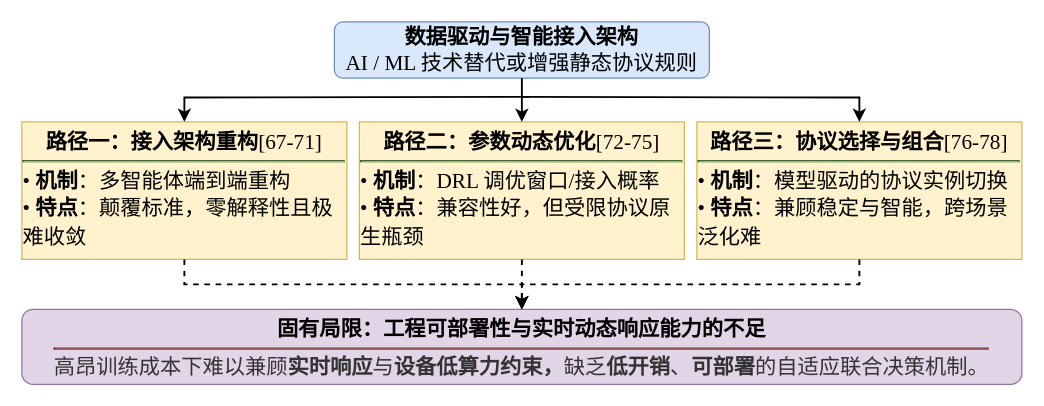
Aworrier/zzzwl-big_paper keeps this draw.io diagram as page "AI驱动接入控制决策研究技术脉络" (7 of 14) of drawio流程框图.drawio. Above is the earlier version. Source tidied: cells renumbered, new cells numbered last; positions are measured from the earlier drawing's top-left corner, leaving out a move shared by most shapes. Both pictures are drawn from the tidied source at 125%, with x=0, y=0 at pixel (21, 21).
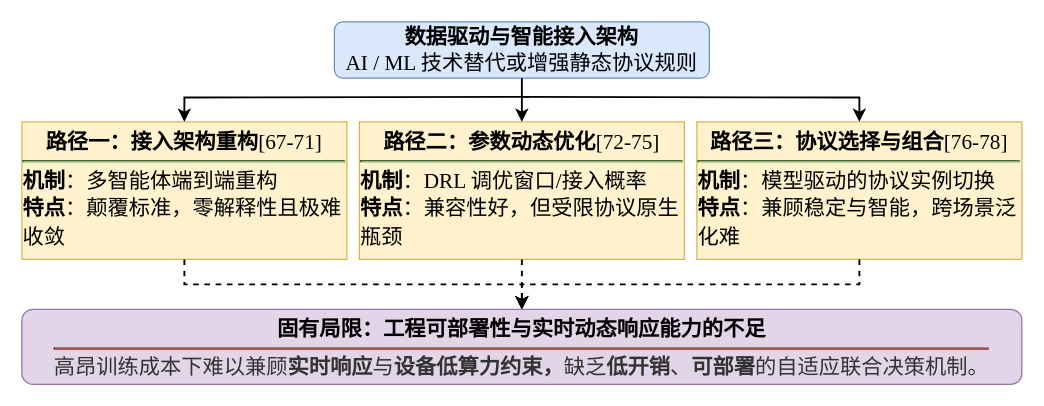
Above is the later version.

The edit, as a diff of the source:
```diff
@@
 <mxGraphModel>
   <root>
     <mxCell id="0" />
     <mxCell id="1" parent="0" />
     <mxCell id="2" style="group;" parent="1" vertex="1">
       <mxGeometry width="800" height="290" as="geometry" />
     </mxCell>
     <mxCell id="3" value="&lt;b&gt;数据驱动与智能接入架构&lt;/b&gt;&lt;br&gt;AI / ML 技术替代或增强静态协议规则" style="rounded=1;whiteSpace=wrap;html=1;align=center;fontFamily=Times New Roman, SimSun;labelBackgroundColor=none;fontSize=17;fillColor=#dae8fc;strokeColor=#6c8ebf;" parent="2" vertex="1">
       <mxGeometry x="250" width="300" height="45" as="geometry" />
     </mxCell>
-    <mxCell id="4" value="&lt;b&gt;路径一：接入架构重构&lt;/b&gt;[67-71]&lt;hr style=&quot;border-color: rgb(130, 179, 102); margin: 4px 0px;&quot;&gt;&lt;div style=&quot;text-align: left; line-height: 1.3;&quot;&gt;•&amp;nbsp;&lt;b&gt;机制&lt;/b&gt;：多智能体端到端重构&lt;br&gt;•&amp;nbsp;&lt;b&gt;特点&lt;/b&gt;：颠覆标准，零解释性且极难收敛&lt;/div&gt;" style="rounded=0;whiteSpace=wrap;html=1;align=center;verticalAlign=top;paddingTop=6;paddingLeft=8;paddingRight=8;fontFamily=Times New Roman, SimSun;labelBackgroundColor=none;fontSize=17;fillColor=#fff2cc;strokeColor=#d6b656;" parent="2" vertex="1">
+    <mxCell id="4" value="&lt;b&gt;路径一：接入架构重构&lt;/b&gt;[67-71]&lt;hr style=&quot;border-color: rgb(130, 179, 102); margin: 4px 0px;&quot;&gt;&lt;div style=&quot;text-align: left; line-height: 1.3;&quot;&gt;&lt;b&gt;机制&lt;/b&gt;：多智能体端到端重构&lt;br&gt;&lt;b&gt;特点&lt;/b&gt;：颠覆标准，零解释性且极难收敛&lt;/div&gt;" style="rounded=0;whiteSpace=wrap;html=1;align=center;verticalAlign=top;paddingTop=6;paddingLeft=8;paddingRight=8;fontFamily=Times New Roman, SimSun;labelBackgroundColor=none;fontSize=17;fillColor=#fff2cc;strokeColor=#d6b656;" parent="2" vertex="1">
       <mxGeometry y="80" width="260" height="110" as="geometry" />
     </mxCell>
-    <mxCell id="5" value="&lt;b&gt;路径二：参数动态优化&lt;/b&gt;[72-75]&lt;hr style=&quot;border-color: rgb(130, 179, 102); margin: 4px 0px;&quot;&gt;&lt;div style=&quot;text-align: left; line-height: 1.3;&quot;&gt;•&amp;nbsp;&lt;b&gt;机制&lt;/b&gt;：DRL 调优窗口/接入概率&lt;br&gt;•&amp;nbsp;&lt;b&gt;特点&lt;/b&gt;：兼容性好，但受限协议原生瓶颈&lt;/div&gt;" style="rounded=0;whiteSpace=wrap;html=1;align=center;verticalAlign=top;paddingTop=6;paddingLeft=8;paddingRight=8;fontFamily=Times New Roman, SimSun;labelBackgroundColor=none;fontSize=17;fillColor=#fff2cc;strokeColor=#d6b656;" parent="2" vertex="1">
+    <mxCell id="5" value="&lt;b&gt;路径二：参数动态优化&lt;/b&gt;[72-75]&lt;hr style=&quot;border-color: rgb(130, 179, 102); margin: 4px 0px;&quot;&gt;&lt;div style=&quot;text-align: left; line-height: 1.3;&quot;&gt;&lt;b&gt;机制&lt;/b&gt;：DRL 调优窗口/接入概率&lt;br&gt;&lt;b&gt;特点&lt;/b&gt;：兼容性好，但受限协议原生瓶颈&lt;/div&gt;" style="rounded=0;whiteSpace=wrap;html=1;align=center;verticalAlign=top;paddingTop=6;paddingLeft=8;paddingRight=8;fontFamily=Times New Roman, SimSun;labelBackgroundColor=none;fontSize=17;fillColor=#fff2cc;strokeColor=#d6b656;" parent="2" vertex="1">
       <mxGeometry x="270" y="80" width="260" height="110" as="geometry" />
     </mxCell>
-    <mxCell id="6" value="&lt;b&gt;路径三：协议选择与组合&lt;/b&gt;[76-78]&lt;hr style=&quot;border-color: rgb(130, 179, 102); margin: 4px 0px;&quot;&gt;&lt;div style=&quot;text-align: left; line-height: 1.3;&quot;&gt;•&amp;nbsp;&lt;b&gt;机制&lt;/b&gt;：模型驱动的协议实例切换&lt;br&gt;•&amp;nbsp;&lt;b&gt;特点&lt;/b&gt;：兼顾稳定与智能，跨场景泛化难&lt;/div&gt;" style="rounded=0;whiteSpace=wrap;html=1;align=center;verticalAlign=top;paddingTop=6;paddingLeft=8;paddingRight=8;fontFamily=Times New Roman, SimSun;labelBackgroundColor=none;fontSize=17;fillColor=#fff2cc;strokeColor=#d6b656;" parent="2" vertex="1">
+    <mxCell id="6" value="&lt;b&gt;路径三：协议选择与组合&lt;/b&gt;[76-78]&lt;hr style=&quot;border-color: rgb(130, 179, 102); margin: 4px 0px;&quot;&gt;&lt;div style=&quot;text-align: left; line-height: 1.3;&quot;&gt;&lt;b&gt;机制&lt;/b&gt;：模型驱动的协议实例切换&lt;br&gt;&lt;b&gt;特点&lt;/b&gt;：兼顾稳定与智能，跨场景泛化难&lt;/div&gt;" style="rounded=0;whiteSpace=wrap;html=1;align=center;verticalAlign=top;paddingTop=6;paddingLeft=8;paddingRight=8;fontFamily=Times New Roman, SimSun;labelBackgroundColor=none;fontSize=17;fillColor=#fff2cc;strokeColor=#d6b656;" parent="2" vertex="1">
       <mxGeometry x="540" y="80" width="260" height="110" as="geometry" />
     </mxCell>
     <mxCell id="7" value="&lt;b&gt;&lt;font&gt;固有局限：工程可部署性与实时动态响应能力的不足&lt;/font&gt;&lt;/b&gt;&lt;hr style=&quot;border-color: rgb(184, 84, 80); margin: 4px 0px;&quot;&gt;&lt;div style=&quot;color: rgb(51, 51, 51);&quot;&gt;&lt;font&gt;高昂训练成本下难以兼顾&lt;b&gt;实时响应&lt;/b&gt;与&lt;b&gt;设备低算力约束，&lt;/b&gt;缺乏&lt;b&gt;低开销&lt;/b&gt;、&lt;b&gt;可部署&lt;/b&gt;的自适应联合决策机制。&lt;/font&gt;&lt;/div&gt;" style="rounded=1;whiteSpace=wrap;html=1;align=center;verticalAlign=top;paddingTop=6;fontFamily=Times New Roman, SimSun;labelBackgroundColor=none;fontSize=17;fillColor=#e1d5e7;strokeColor=#9673a6;" parent="2" vertex="1">
       <mxGeometry y="230" width="800" height="60" as="geometry" />
     </mxCell>
     <mxCell id="8" style="edgeStyle=orthogonalEdgeStyle;rounded=0;strokeWidth=1.5;labelBackgroundColor=none;fontColor=default;fontSize=17;entryX=0.5;entryY=0;entryDx=0;entryDy=0;" parent="2" edge="1" target="4">
       <mxGeometry relative="1" as="geometry">
         <mxPoint x="406" y="60" as="sourcePoint" />
       </mxGeometry>
     </mxCell>
     <mxCell id="9" style="edgeStyle=orthogonalEdgeStyle;rounded=0;strokeWidth=1.5;labelBackgroundColor=none;fontColor=default;fontSize=17;" parent="2" edge="1" source="3" target="5">
       <mxGeometry relative="1" as="geometry" />
     </mxCell>
     <mxCell id="10" style="edgeStyle=orthogonalEdgeStyle;rounded=0;strokeWidth=1.5;labelBackgroundColor=none;fontColor=default;fontSize=17;entryX=0.5;entryY=0;entryDx=0;entryDy=0;" parent="2" edge="1" target="6">
       <mxGeometry relative="1" as="geometry">
         <mxPoint x="400" y="60" as="sourcePoint" />
       </mxGeometry>
     </mxCell>
     <mxCell id="11" style="edgeStyle=orthogonalEdgeStyle;rounded=0;strokeWidth=1.5;dashed=1;labelBackgroundColor=none;fontColor=default;fontSize=17;" parent="2" edge="1" source="4" target="7">
       <mxGeometry relative="1" as="geometry" />
     </mxCell>
     <mxCell id="12" style="edgeStyle=orthogonalEdgeStyle;rounded=0;strokeWidth=1.5;dashed=1;labelBackgroundColor=none;fontColor=default;fontSize=17;" parent="2" edge="1" source="5" target="7">
       <mxGeometry relative="1" as="geometry" />
     </mxCell>
     <mxCell id="13" style="edgeStyle=orthogonalEdgeStyle;rounded=0;strokeWidth=1.5;dashed=1;labelBackgroundColor=none;fontColor=default;fontSize=17;" parent="2" edge="1" source="6" target="7">
       <mxGeometry relative="1" as="geometry" />
     </mxCell>
   </root>
 </mxGraphModel>
```
